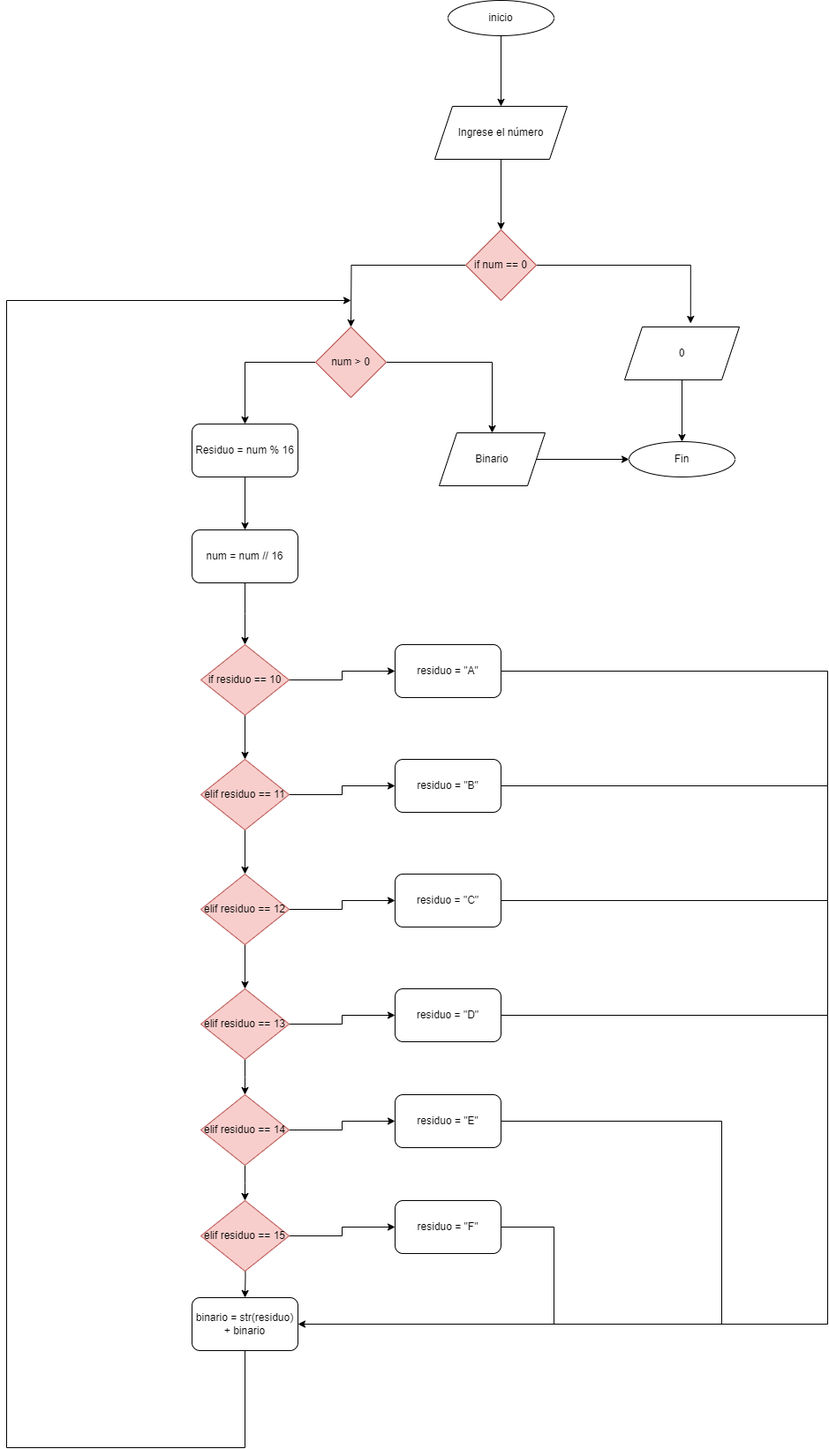
Shadwws/ESTEEE keeps this draw.io diagram as Diagramas/Decimal a Hexa.png. Above is the earlier version. Source tidied: cells renumbered, new cells last; positions are measured from the earlier drawing's top-left corner, leaving out a move shared by most shapes.
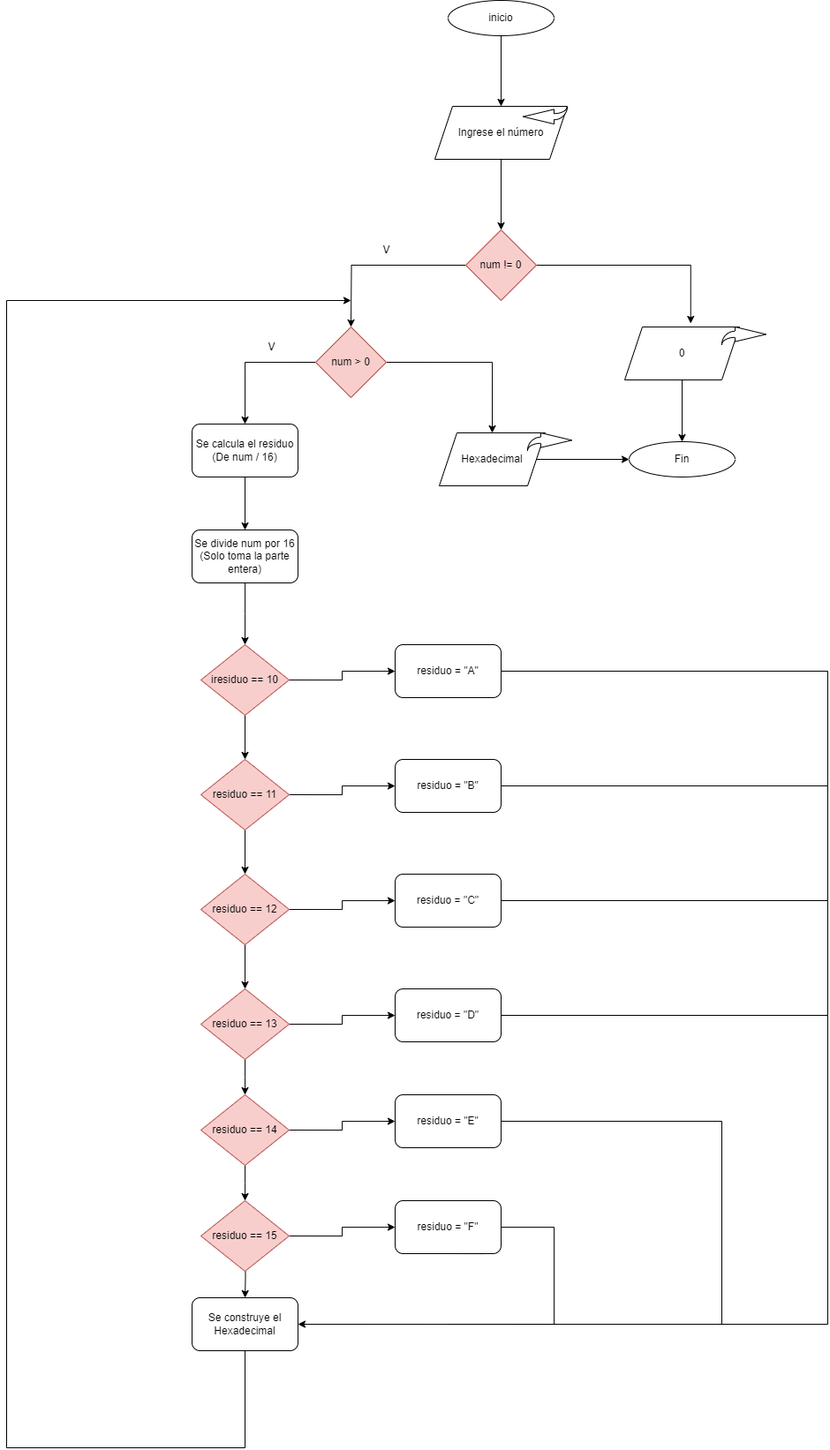
After the commit.

The edit, as a diff of the source:
```diff
@@ -22,7 +22,7 @@
         <mxPoint x="390" y="370" as="targetPoint" />
       </mxGeometry>
     </mxCell>
-    <mxCell id="8" value="if num == 0" style="rhombus;whiteSpace=wrap;html=1;fillColor=#f8cecc;strokeColor=#b85450;" parent="1" vertex="1">
+    <mxCell id="8" value="num != 0" style="rhombus;whiteSpace=wrap;html=1;fillColor=#f8cecc;strokeColor=#b85450;" parent="1" vertex="1">
       <mxGeometry x="520" y="260" width="80" height="80" as="geometry" />
     </mxCell>
     <mxCell id="9" style="edgeStyle=orthogonalEdgeStyle;rounded=0;jettySize=auto;html=1;" parent="1" edge="1" source="10" target="39">
@@ -43,7 +43,7 @@
     <mxCell id="14" style="edgeStyle=orthogonalEdgeStyle;rounded=0;jettySize=auto;html=1;" parent="1" edge="1" source="15" target="17">
       <mxGeometry relative="1" as="geometry" />
     </mxCell>
-    <mxCell id="15" value="Residuo = num % 16" style="rounded=1;whiteSpace=wrap;html=1;" parent="1" vertex="1">
+    <mxCell id="15" value="Se calcula el residuo (De num / 16)" style="rounded=1;whiteSpace=wrap;html=1;" parent="1" vertex="1">
       <mxGeometry x="210" y="480" width="120" height="60" as="geometry" />
     </mxCell>
     <mxCell id="16" style="edgeStyle=orthogonalEdgeStyle;rounded=0;jettySize=auto;html=1;" parent="1" edge="1" source="17">
@@ -51,7 +51,7 @@
         <mxPoint x="270" y="730" as="targetPoint" />
       </mxGeometry>
     </mxCell>
-    <mxCell id="17" value="num = num // 16" style="rounded=1;whiteSpace=wrap;html=1;" parent="1" vertex="1">
+    <mxCell id="17" value="Se divide num por 16 (Solo toma la parte entera)" style="rounded=1;whiteSpace=wrap;html=1;" parent="1" vertex="1">
       <mxGeometry x="210" y="600" width="120" height="60" as="geometry" />
     </mxCell>
     <mxCell id="18" style="edgeStyle=orthogonalEdgeStyle;rounded=0;jettySize=auto;html=1;exitX=1;exitY=0.5;exitDx=0;exitDy=0;" parent="1" edge="1" source="56" target="20">
@@ -136,7 +136,7 @@
     <mxCell id="37" style="edgeStyle=orthogonalEdgeStyle;rounded=0;jettySize=auto;html=1;" parent="1" edge="1" source="38" target="39">
       <mxGeometry relative="1" as="geometry" />
     </mxCell>
-    <mxCell id="38" value="Binario" style="shape=parallelogram;perimeter=parallelogramPerimeter;whiteSpace=wrap;html=1;fixedSize=1;" parent="1" vertex="1">
+    <mxCell id="38" value="Hexadecimal" style="shape=parallelogram;perimeter=parallelogramPerimeter;whiteSpace=wrap;html=1;fixedSize=1;" parent="1" vertex="1">
       <mxGeometry x="490" y="490" width="120" height="60" as="geometry" />
     </mxCell>
     <mxCell id="39" value="Fin" style="ellipse;whiteSpace=wrap;html=1;" parent="1" vertex="1">
@@ -159,7 +159,7 @@
         <mxPoint x="930" y="1150" as="targetPoint" />
       </mxGeometry>
     </mxCell>
-    <mxCell id="43" value="binario = str(residuo) + binario" style="rounded=1;whiteSpace=wrap;html=1;" parent="1" vertex="1">
+    <mxCell id="43" value="Se construye el Hexadecimal" style="rounded=1;whiteSpace=wrap;html=1;" parent="1" vertex="1">
       <mxGeometry x="210" y="1470" width="120" height="60" as="geometry" />
     </mxCell>
     <mxCell id="44" style="endArrow=none;html=1;rounded=0;" parent="1" edge="1">
@@ -230,13 +230,13 @@
         <mxPoint x="390" y="340" as="targetPoint" />
       </mxGeometry>
     </mxCell>
-    <mxCell id="56" value="if residuo == 10" style="rhombus;whiteSpace=wrap;html=1;fillColor=#f8cecc;strokeColor=#b85450;" parent="1" vertex="1">
+    <mxCell id="56" value="iresiduo == 10" style="rhombus;whiteSpace=wrap;html=1;fillColor=#f8cecc;strokeColor=#b85450;" parent="1" vertex="1">
       <mxGeometry x="220" y="730" width="100" height="80" as="geometry" />
     </mxCell>
-    <mxCell id="57" value="elif residuo == 11" style="rhombus;whiteSpace=wrap;html=1;fillColor=#f8cecc;strokeColor=#b85450;" parent="1" vertex="1">
+    <mxCell id="57" value="residuo == 11" style="rhombus;whiteSpace=wrap;html=1;fillColor=#f8cecc;strokeColor=#b85450;" parent="1" vertex="1">
       <mxGeometry x="220" y="860" width="100" height="80" as="geometry" />
     </mxCell>
-    <mxCell id="58" value="elif residuo == 12" style="rhombus;whiteSpace=wrap;html=1;fillColor=#f8cecc;strokeColor=#b85450;" parent="1" vertex="1">
+    <mxCell id="58" value="residuo == 12" style="rhombus;whiteSpace=wrap;html=1;fillColor=#f8cecc;strokeColor=#b85450;" parent="1" vertex="1">
       <mxGeometry x="220" y="990" width="100" height="80" as="geometry" />
     </mxCell>
     <mxCell id="59" style="edgeStyle=orthogonalEdgeStyle;rounded=0;jettySize=auto;html=1;" parent="1" edge="1" target="60">
@@ -244,7 +244,7 @@
         <mxPoint x="270" y="1180" as="sourcePoint" />
       </mxGeometry>
     </mxCell>
-    <mxCell id="60" value="elif residuo == 13" style="rhombus;whiteSpace=wrap;html=1;fillColor=#f8cecc;strokeColor=#b85450;" parent="1" vertex="1">
+    <mxCell id="60" value="residuo == 13" style="rhombus;whiteSpace=wrap;html=1;fillColor=#f8cecc;strokeColor=#b85450;" parent="1" vertex="1">
       <mxGeometry x="220" y="1120" width="100" height="80" as="geometry" />
     </mxCell>
     <mxCell id="61" style="edgeStyle=orthogonalEdgeStyle;rounded=0;jettySize=auto;html=1;" parent="1" edge="1" target="62">
@@ -252,11 +252,26 @@
         <mxPoint x="270" y="1300" as="sourcePoint" />
       </mxGeometry>
     </mxCell>
-    <mxCell id="62" value="elif residuo == 14" style="rhombus;whiteSpace=wrap;html=1;fillColor=#f8cecc;strokeColor=#b85450;" parent="1" vertex="1">
+    <mxCell id="62" value="residuo == 14" style="rhombus;whiteSpace=wrap;html=1;fillColor=#f8cecc;strokeColor=#b85450;" parent="1" vertex="1">
       <mxGeometry x="220" y="1240" width="100" height="80" as="geometry" />
     </mxCell>
-    <mxCell id="63" value="elif residuo == 15" style="rhombus;whiteSpace=wrap;html=1;fillColor=#f8cecc;strokeColor=#b85450;" parent="1" vertex="1">
+    <mxCell id="63" value="residuo == 15" style="rhombus;whiteSpace=wrap;html=1;fillColor=#f8cecc;strokeColor=#b85450;" parent="1" vertex="1">
       <mxGeometry x="220" y="1360" width="100" height="80" as="geometry" />
     </mxCell>
+    <mxCell id="64" value="V" style="text;html=1;align=center;verticalAlign=middle;strokeColor=none;fillColor=none;" parent="1" vertex="1">
+      <mxGeometry x="415" y="268" width="30" height="30" as="geometry" />
+    </mxCell>
+    <mxCell id="65" value="V" style="text;html=1;align=center;verticalAlign=middle;strokeColor=none;fillColor=none;" parent="1" vertex="1">
+      <mxGeometry x="285" y="378" width="30" height="30" as="geometry" />
+    </mxCell>
+    <mxCell id="66" style="html=1;shadow=0;dashed=0;align=center;verticalAlign=middle;shape=mxgraph.arrows2.jumpInArrow;dy=3.5;dx=35;arrowHead=16.61;direction=east;" parent="1" vertex="1">
+      <mxGeometry x="810" y="370" width="50" height="20" as="geometry" />
+    </mxCell>
+    <mxCell id="67" style="html=1;shadow=0;dashed=0;align=center;verticalAlign=middle;shape=mxgraph.arrows2.jumpInArrow;dy=3.5;dx=35;arrowHead=16.61;direction=east;" parent="1" vertex="1">
+      <mxGeometry x="590" y="490" width="50" height="20" as="geometry" />
+    </mxCell>
+    <mxCell id="68" style="html=1;shadow=0;dashed=0;align=center;verticalAlign=middle;shape=mxgraph.arrows2.jumpInArrow;dy=3.5;dx=35;arrowHead=16.61;direction=west;" parent="1" vertex="1">
+      <mxGeometry x="585" y="120" width="50" height="20" as="geometry" />
+    </mxCell>
   </root>
 </mxGraphModel>
```
